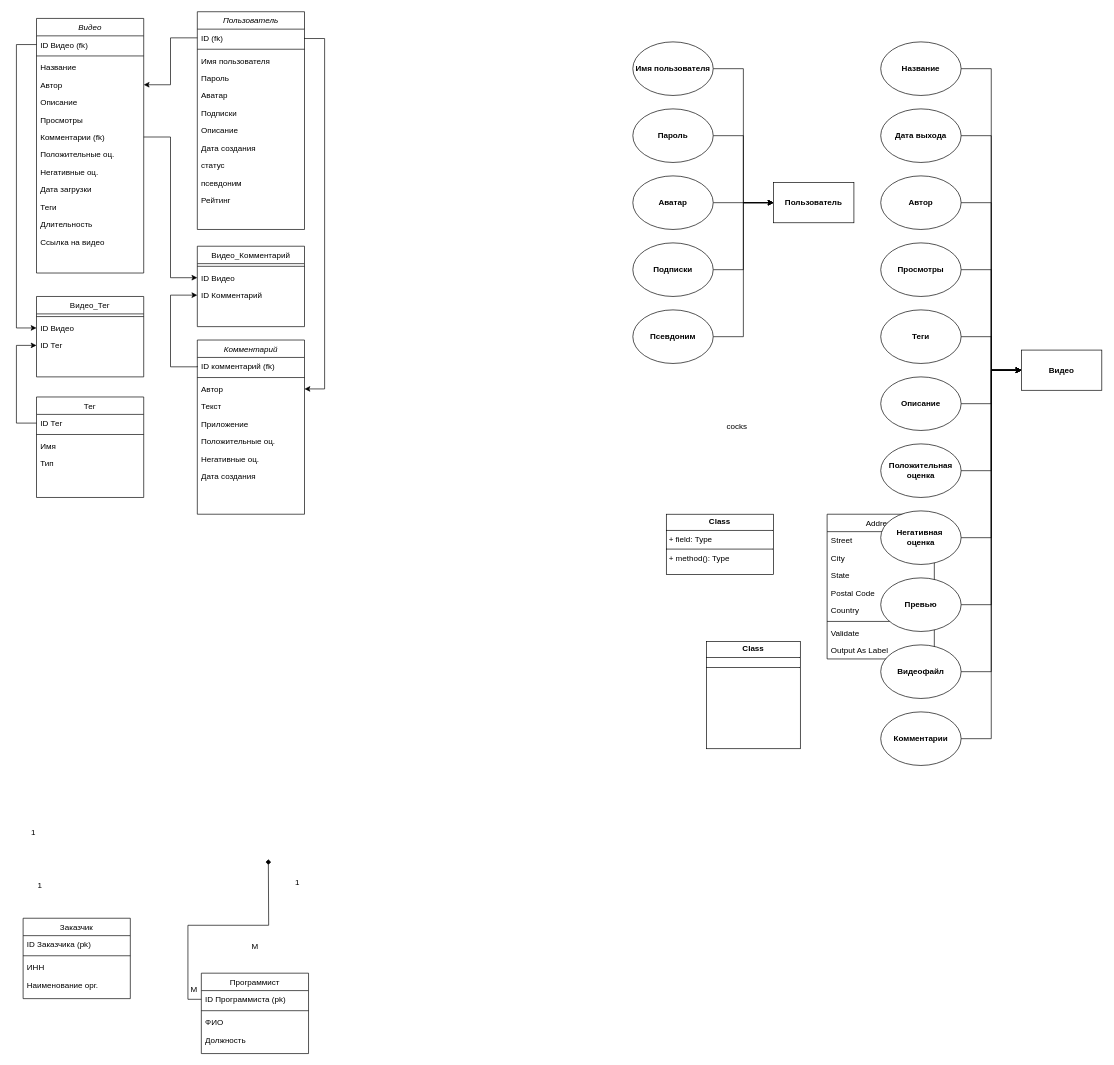
This is page "база данных" (7 of 10) of documentation/cursach 2nd diagrams EIMP YT202.drawio from Axemer/VideoHostingDev, a draw.io file, before an edit. Source tidied: cells renumbered, new cells numbered last; positions are measured from the earlier drawing's top-left corner, leaving out a move shared by most shapes. Both pictures are drawn from the tidied source at 67%, with x=0, y=0 at pixel (16, 11).
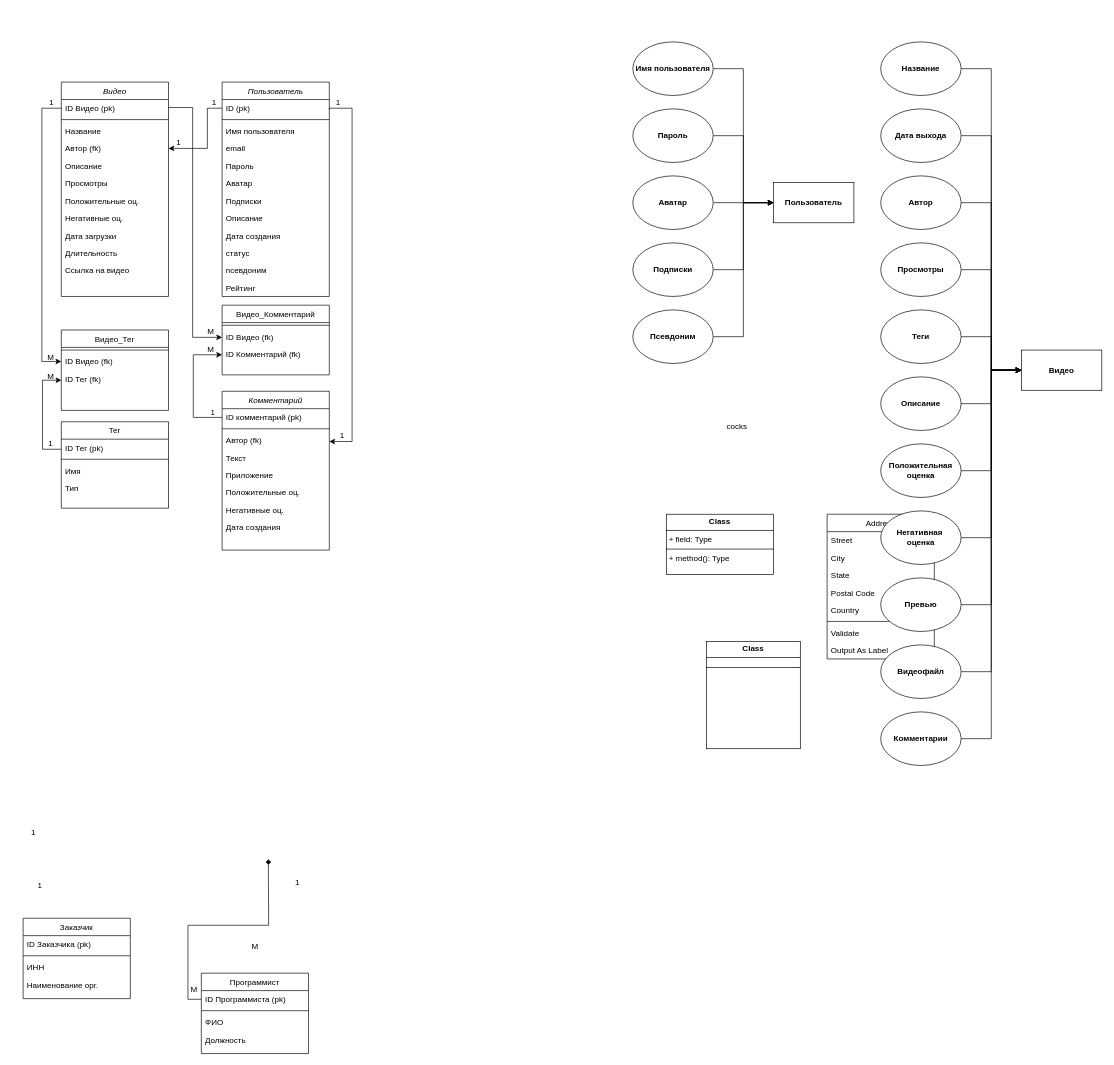
The same page after the edit.

Change to the diagram source:
```diff
@@
     <mxCell id="2" value="Пользователь" style="swimlane;fontStyle=2;align=center;verticalAlign=top;horizontal=1;startSize=26;rounded=0;shadow=0;strokeWidth=1;" parent="1" vertex="1">
-      <mxGeometry x="270" width="160" height="325" as="geometry" />
+      <mxGeometry x="307" y="105" width="160" height="320" as="geometry" />
     </mxCell>
-    <mxCell id="3" value="ID (fk)" style="text;align=left;verticalAlign=top;spacingLeft=4;spacingRight=4;overflow=hidden;points=[[0,0.5],[1,0.5]];portConstraint=eastwest;" parent="2" vertex="1">
+    <mxCell id="3" value="ID (pk)" style="text;align=left;verticalAlign=top;spacingLeft=4;spacingRight=4;overflow=hidden;points=[[0,0.5],[1,0.5]];portConstraint=eastwest;" parent="2" vertex="1">
       <mxGeometry y="26" width="160" height="26" as="geometry" />
     </mxCell>
@@
+    <mxCell id="118" value="email" style="text;align=left;verticalAlign=top;spacingLeft=4;spacingRight=4;overflow=hidden;rounded=0;shadow=0;html=0;" parent="2" vertex="1">
+      <mxGeometry y="86" width="160" height="26" as="geometry" />
+    </mxCell>
     <mxCell id="6" value="Пароль" style="text;align=left;verticalAlign=top;spacingLeft=4;spacingRight=4;overflow=hidden;" parent="2" vertex="1">
-      <mxGeometry y="86" width="160" height="26" as="geometry" />
+      <mxGeometry y="112" width="160" height="26" as="geometry" />
     </mxCell>
     <mxCell id="7" value="Аватар" style="text;align=left;verticalAlign=top;spacingLeft=4;spacingRight=4;overflow=hidden;" parent="2" vertex="1">
-      <mxGeometry y="112" width="160" height="26" as="geometry" />
+      <mxGeometry y="138" width="160" height="26" as="geometry" />
     </mxCell>
     <mxCell id="8" value="Подписки" style="text;align=left;verticalAlign=top;spacingLeft=4;spacingRight=4;overflow=hidden;" parent="2" vertex="1">
-      <mxGeometry y="138" width="160" height="26" as="geometry" />
+      <mxGeometry y="164" width="160" height="26" as="geometry" />
     </mxCell>
     <mxCell id="9" value="Описание" style="text;align=left;verticalAlign=top;spacingLeft=4;spacingRight=4;overflow=hidden;" parent="2" vertex="1">
-      <mxGeometry y="164" width="160" height="26" as="geometry" />
+      <mxGeometry y="190" width="160" height="26" as="geometry" />
     </mxCell>
     <mxCell id="10" value="Дата создания" style="text;align=left;verticalAlign=top;spacingLeft=4;spacingRight=4;overflow=hidden;" parent="2" vertex="1">
-      <mxGeometry y="190" width="160" height="26" as="geometry" />
+      <mxGeometry y="216" width="160" height="26" as="geometry" />
     </mxCell>
     <mxCell id="11" value="статус" style="text;align=left;verticalAlign=top;spacingLeft=4;spacingRight=4;overflow=hidden;" parent="2" vertex="1">
-      <mxGeometry y="216" width="160" height="26" as="geometry" />
+      <mxGeometry y="242" width="160" height="26" as="geometry" />
     </mxCell>
     <mxCell id="12" value="псевдоним" style="text;align=left;verticalAlign=top;spacingLeft=4;spacingRight=4;overflow=hidden;" parent="2" vertex="1">
-      <mxGeometry y="242" width="160" height="26" as="geometry" />
+      <mxGeometry y="268" width="160" height="26" as="geometry" />
     </mxCell>
     <mxCell id="13" value="Рейтинг" style="text;align=left;verticalAlign=top;spacingLeft=4;spacingRight=4;overflow=hidden;" parent="2" vertex="1">
-      <mxGeometry y="268" width="160" height="26" as="geometry" />
+      <mxGeometry y="294" width="160" height="26" as="geometry" />
     </mxCell>
@@
     <mxCell id="74" value="Видео" style="swimlane;fontStyle=2;align=center;verticalAlign=top;horizontal=1;startSize=26;rounded=0;shadow=0;strokeWidth=1;" parent="1" vertex="1">
-      <mxGeometry x="30" y="10" width="160" height="380" as="geometry" />
+      <mxGeometry x="67" y="105" width="160" height="320" as="geometry" />
     </mxCell>
-    <mxCell id="75" value="ID Видео (fk)" style="text;align=left;verticalAlign=top;spacingLeft=4;spacingRight=4;overflow=hidden;points=[[0,0.5],[1,0.5]];portConstraint=eastwest;" parent="74" vertex="1">
+    <mxCell id="75" value="ID Видео (pk)" style="text;align=left;verticalAlign=top;spacingLeft=4;spacingRight=4;overflow=hidden;points=[[0,0.5],[1,0.5]];portConstraint=eastwest;" parent="74" vertex="1">
       <mxGeometry y="26" width="160" height="26" as="geometry" />
     </mxCell>
@@
-    <mxCell id="78" value="Автор" style="text;align=left;verticalAlign=top;spacingLeft=4;spacingRight=4;overflow=hidden;points=[[0,0.5],[1,0.5]];portConstraint=eastwest;" parent="74" vertex="1">
+    <mxCell id="78" value="Автор (fk)" style="text;align=left;verticalAlign=top;spacingLeft=4;spacingRight=4;overflow=hidden;points=[[0,0.5],[1,0.5]];portConstraint=eastwest;" parent="74" vertex="1">
       <mxGeometry y="86" width="160" height="26" as="geometry" />
     </mxCell>
@@
-    <mxCell id="81" value="Комментарии (fk)" style="text;align=left;verticalAlign=top;spacingLeft=4;spacingRight=4;overflow=hidden;points=[[0,0.5],[1,0.5]];portConstraint=eastwest;" parent="74" vertex="1">
-      <mxGeometry y="164" width="160" height="26" as="geometry" />
-    </mxCell>
     <mxCell id="82" value="Положительные оц." style="text;align=left;verticalAlign=top;spacingLeft=4;spacingRight=4;overflow=hidden;" parent="74" vertex="1">
-      <mxGeometry y="190" width="160" height="26" as="geometry" />
+      <mxGeometry y="164" width="160" height="26" as="geometry" />
     </mxCell>
     <mxCell id="83" value="Негативные оц." style="text;align=left;verticalAlign=top;spacingLeft=4;spacingRight=4;overflow=hidden;" parent="74" vertex="1">
-      <mxGeometry y="216" width="160" height="26" as="geometry" />
+      <mxGeometry y="190" width="160" height="26" as="geometry" />
     </mxCell>
     <mxCell id="84" value="Дата загрузки" style="text;align=left;verticalAlign=top;spacingLeft=4;spacingRight=4;overflow=hidden;" parent="74" vertex="1">
-      <mxGeometry y="242" width="160" height="26" as="geometry" />
+      <mxGeometry y="216" width="160" height="26" as="geometry" />
     </mxCell>
-    <mxCell id="85" value="Теги" style="text;align=left;verticalAlign=top;spacingLeft=4;spacingRight=4;overflow=hidden;" parent="74" vertex="1">
-      <mxGeometry y="268" width="160" height="26" as="geometry" />
-    </mxCell>
     <mxCell id="86" value="Длительность" style="text;align=left;verticalAlign=top;spacingLeft=4;spacingRight=4;overflow=hidden;" parent="74" vertex="1">
-      <mxGeometry y="294" width="160" height="26" as="geometry" />
+      <mxGeometry y="242" width="160" height="26" as="geometry" />
     </mxCell>
     <mxCell id="87" value="Ссылка на видео" style="text;align=left;verticalAlign=top;spacingLeft=4;spacingRight=4;overflow=hidden;" parent="74" vertex="1">
-      <mxGeometry y="320" width="160" height="26" as="geometry" />
+      <mxGeometry y="268" width="160" height="26" as="geometry" />
     </mxCell>
     <mxCell id="88" value="Комментарий" style="swimlane;fontStyle=2;align=center;verticalAlign=top;horizontal=1;startSize=26;rounded=0;shadow=0;strokeWidth=1;" parent="1" vertex="1">
-      <mxGeometry x="270" y="490" width="160" height="260" as="geometry" />
+      <mxGeometry x="307" y="566.5" width="160" height="237" as="geometry" />
     </mxCell>
-    <mxCell id="89" value="ID комментарий (fk)" style="text;align=left;verticalAlign=top;spacingLeft=4;spacingRight=4;overflow=hidden;points=[[0,0.5],[1,0.5]];portConstraint=eastwest;" parent="88" vertex="1">
+    <mxCell id="89" value="ID комментарий (pk)" style="text;align=left;verticalAlign=top;spacingLeft=4;spacingRight=4;overflow=hidden;points=[[0,0.5],[1,0.5]];portConstraint=eastwest;" parent="88" vertex="1">
       <mxGeometry y="26" width="160" height="26" as="geometry" />
     </mxCell>
@@
-    <mxCell id="91" value="Автор" style="text;align=left;verticalAlign=top;spacingLeft=4;spacingRight=4;overflow=hidden;points=[[0,0.5],[1,0.5]];portConstraint=eastwest;rounded=0;shadow=0;html=0;" parent="88" vertex="1">
+    <mxCell id="91" value="Автор (fk)" style="text;align=left;verticalAlign=top;spacingLeft=4;spacingRight=4;overflow=hidden;points=[[0,0.5],[1,0.5]];portConstraint=eastwest;rounded=0;shadow=0;html=0;" parent="88" vertex="1">
       <mxGeometry y="60" width="160" height="26" as="geometry" />
     </mxCell>
@@
     <mxCell id="97" value="Видео_Комментарий" style="swimlane;fontStyle=0;align=center;verticalAlign=top;horizontal=1;startSize=26;rounded=0;shadow=0;strokeWidth=1;" parent="1" vertex="1">
-      <mxGeometry x="270" y="350" width="160" height="120" as="geometry" />
+      <mxGeometry x="307" y="438" width="160" height="104" as="geometry" />
     </mxCell>
@@
-    <mxCell id="99" value="ID Видео" style="text;align=left;verticalAlign=top;spacingLeft=4;spacingRight=4;overflow=hidden;points=[[0,0.5],[1,0.5]];portConstraint=eastwest;rounded=0;shadow=0;html=0;" parent="97" vertex="1">
+    <mxCell id="99" value="ID Видео (fk)" style="text;align=left;verticalAlign=top;spacingLeft=4;spacingRight=4;overflow=hidden;points=[[0,0.5],[1,0.5]];portConstraint=eastwest;rounded=0;shadow=0;html=0;" parent="97" vertex="1">
       <mxGeometry y="34" width="160" height="26" as="geometry" />
     </mxCell>
-    <mxCell id="100" value="ID Комментарий" style="text;align=left;verticalAlign=top;spacingLeft=4;spacingRight=4;overflow=hidden;points=[[0,0.5],[1,0.5]];portConstraint=eastwest;rounded=0;shadow=0;html=0;" parent="97" vertex="1">
+    <mxCell id="100" value="ID Комментарий (fk)" style="text;align=left;verticalAlign=top;spacingLeft=4;spacingRight=4;overflow=hidden;points=[[0,0.5],[1,0.5]];portConstraint=eastwest;rounded=0;shadow=0;html=0;" parent="97" vertex="1">
       <mxGeometry y="60" width="160" height="26" as="geometry" />
     </mxCell>
@@
-    <mxCell id="102" style="edgeStyle=orthogonalEdgeStyle;rounded=0;jettySize=auto;html=1;exitX=1;exitY=0.5;exitDx=0;exitDy=0;" parent="1" edge="1" source="81" target="99">
-      <mxGeometry relative="1" as="geometry" />
+    <mxCell id="102" style="edgeStyle=orthogonalEdgeStyle;rounded=0;jettySize=auto;html=1;" parent="1" edge="1" source="75" target="99">
+      <mxGeometry relative="1" as="geometry">
+        <Array as="points">
+          <mxPoint x="263" y="143" />
+          <mxPoint x="263" y="486" />
+        </Array>
+      </mxGeometry>
     </mxCell>
     <mxCell id="103" style="edgeStyle=orthogonalEdgeStyle;rounded=0;jettySize=auto;html=1;exitX=0;exitY=0.5;exitDx=0;exitDy=0;" parent="1" edge="1" source="89" target="100">
       <mxGeometry relative="1" as="geometry">
         <Array as="points">
-          <mxPoint x="270" y="530" />
-          <mxPoint x="230" y="530" />
-          <mxPoint x="230" y="423" />
+          <mxPoint x="264" y="606" />
+          <mxPoint x="264" y="512" />
         </Array>
       </mxGeometry>
     </mxCell>
-    <mxCell id="104" style="edgeStyle=orthogonalEdgeStyle;rounded=0;jettySize=auto;html=1;exitX=1;exitY=0.5;exitDx=0;exitDy=0;entryX=1;entryY=0.5;entryDx=0;entryDy=0;" parent="1" edge="1" source="3" target="91">
-      <mxGeometry relative="1" as="geometry">
-        <Array as="points">
-          <mxPoint x="430" y="40" />
-          <mxPoint x="460" y="40" />
-          <mxPoint x="460" y="563" />
-        </Array>
-      </mxGeometry>
-    </mxCell>
@@
     <mxCell id="106" value="Тег" style="swimlane;fontStyle=0;align=center;verticalAlign=top;horizontal=1;startSize=26;rounded=0;shadow=0;strokeWidth=1;" parent="1" vertex="1">
-      <mxGeometry x="30" y="575" width="160" height="150" as="geometry" />
+      <mxGeometry x="67" y="612" width="160" height="129" as="geometry" />
     </mxCell>
-    <mxCell id="107" value="ID Тег" style="text;align=left;verticalAlign=top;spacingLeft=4;spacingRight=4;overflow=hidden;points=[[0,0.5],[1,0.5]];portConstraint=eastwest;" parent="106" vertex="1">
+    <mxCell id="107" value="ID Тег (pk)" style="text;align=left;verticalAlign=top;spacingLeft=4;spacingRight=4;overflow=hidden;points=[[0,0.5],[1,0.5]];portConstraint=eastwest;" parent="106" vertex="1">
       <mxGeometry y="26" width="160" height="26" as="geometry" />
     </mxCell>
@@
     <mxCell id="111" value="Видео_Тег" style="swimlane;fontStyle=0;align=center;verticalAlign=top;horizontal=1;startSize=26;rounded=0;shadow=0;strokeWidth=1;" parent="1" vertex="1">
-      <mxGeometry x="30" y="425" width="160" height="120" as="geometry" />
+      <mxGeometry x="67" y="475" width="160" height="120" as="geometry" />
     </mxCell>
@@
-    <mxCell id="113" value="ID Видео" style="text;align=left;verticalAlign=top;spacingLeft=4;spacingRight=4;overflow=hidden;points=[[0,0.5],[1,0.5]];portConstraint=eastwest;rounded=0;shadow=0;html=0;" parent="111" vertex="1">
+    <mxCell id="113" value="ID Видео (fk)" style="text;align=left;verticalAlign=top;spacingLeft=4;spacingRight=4;overflow=hidden;points=[[0,0.5],[1,0.5]];portConstraint=eastwest;rounded=0;shadow=0;html=0;" parent="111" vertex="1">
       <mxGeometry y="34" width="160" height="26" as="geometry" />
     </mxCell>
-    <mxCell id="114" value="ID Тег" style="text;align=left;verticalAlign=top;spacingLeft=4;spacingRight=4;overflow=hidden;points=[[0,0.5],[1,0.5]];portConstraint=eastwest;rounded=0;shadow=0;html=0;" parent="111" vertex="1">
+    <mxCell id="114" value="ID Тег (fk)" style="text;align=left;verticalAlign=top;spacingLeft=4;spacingRight=4;overflow=hidden;points=[[0,0.5],[1,0.5]];portConstraint=eastwest;rounded=0;shadow=0;html=0;" parent="111" vertex="1">
       <mxGeometry y="60" width="160" height="26" as="geometry" />
     </mxCell>
-    <mxCell id="115" style="edgeStyle=orthogonalEdgeStyle;rounded=0;jettySize=auto;html=1;exitX=0;exitY=0.5;exitDx=0;exitDy=0;entryX=0;entryY=0.5;entryDx=0;entryDy=0;" parent="1" edge="1" source="107" target="114">
+    <mxCell id="115" style="edgeStyle=orthogonalEdgeStyle;rounded=0;jettySize=auto;html=1;entryX=0.001;entryY=0.577;entryDx=0;entryDy=0;entryPerimeter=0;" parent="1" edge="1" target="114">
       <mxGeometry relative="1" as="geometry">
+        <mxPoint x="67" y="653" as="sourcePoint" />
         <Array as="points">
-          <mxPoint y="614" />
-          <mxPoint y="498" />
+          <mxPoint x="39" y="653" />
+          <mxPoint x="39" y="550" />
         </Array>
       </mxGeometry>
     </mxCell>
     <mxCell id="116" style="edgeStyle=orthogonalEdgeStyle;rounded=0;jettySize=auto;html=1;exitX=0;exitY=0.5;exitDx=0;exitDy=0;entryX=0;entryY=0.5;entryDx=0;entryDy=0;" parent="1" edge="1" source="75" target="113">
       <mxGeometry relative="1" as="geometry">
         <Array as="points">
-          <mxPoint y="49" />
-          <mxPoint y="472" />
+          <mxPoint x="38" y="144" />
+          <mxPoint x="38" y="522" />
         </Array>
       </mxGeometry>
     </mxCell>
     <mxCell id="117" style="edgeStyle=orthogonalEdgeStyle;rounded=0;jettySize=auto;html=1;exitX=0;exitY=0.5;exitDx=0;exitDy=0;entryX=1;entryY=0.5;entryDx=0;entryDy=0;" parent="1" edge="1" source="3" target="78">
-      <mxGeometry relative="1" as="geometry" />
+      <mxGeometry relative="1" as="geometry">
+        <Array as="points">
+          <mxPoint x="285" y="144" />
+          <mxPoint x="285" y="204" />
+        </Array>
+      </mxGeometry>
     </mxCell>
+    <mxCell id="104" style="edgeStyle=orthogonalEdgeStyle;rounded=0;orthogonalLoop=1;jettySize=auto;html=1;exitX=1;exitY=0.5;exitDx=0;exitDy=0;entryX=1;entryY=0.5;entryDx=0;entryDy=0;" parent="1" edge="1">
+      <mxGeometry relative="1" as="geometry">
+        <mxPoint x="467" y="146" as="sourcePoint" />
+        <mxPoint x="467" y="641.5" as="targetPoint" />
+        <Array as="points">
+          <mxPoint x="467" y="144" />
+          <mxPoint x="501" y="144" />
+          <mxPoint x="501" y="641" />
+        </Array>
+      </mxGeometry>
+    </mxCell>
+    <mxCell id="119" value="M" style="text;html=1;align=center;verticalAlign=middle;strokeColor=none;fillColor=none;" parent="1" vertex="1">
+      <mxGeometry x="276" y="491" width="28" height="26" as="geometry" />
+    </mxCell>
+    <mxCell id="120" value="1" style="text;html=1;align=center;verticalAlign=middle;strokeColor=none;fillColor=none;" parent="1" vertex="1">
+      <mxGeometry x="229" y="182" width="25" height="26" as="geometry" />
+    </mxCell>
+    <mxCell id="121" value="1" style="text;html=1;align=center;verticalAlign=middle;strokeColor=none;fillColor=none;" parent="1" vertex="1">
+      <mxGeometry x="282" y="122" width="25" height="26" as="geometry" />
+    </mxCell>
+    <mxCell id="122" value="1" style="text;html=1;align=center;verticalAlign=middle;strokeColor=none;fillColor=none;" parent="1" vertex="1">
+      <mxGeometry x="467" y="122" width="25" height="26" as="geometry" />
+    </mxCell>
+    <mxCell id="123" value="1" style="text;html=1;align=center;verticalAlign=middle;strokeColor=none;fillColor=none;" parent="1" vertex="1">
+      <mxGeometry x="473" y="619" width="25" height="26" as="geometry" />
+    </mxCell>
+    <mxCell id="124" value="M" style="text;html=1;align=center;verticalAlign=middle;strokeColor=none;fillColor=none;" parent="1" vertex="1">
+      <mxGeometry x="276" y="465" width="28" height="26" as="geometry" />
+    </mxCell>
+    <mxCell id="125" value="1" style="text;html=1;align=center;verticalAlign=middle;strokeColor=none;fillColor=none;" parent="1" vertex="1">
+      <mxGeometry x="280" y="585" width="25" height="26" as="geometry" />
+    </mxCell>
+    <mxCell id="126" value="1" style="text;html=1;align=center;verticalAlign=middle;strokeColor=none;fillColor=none;" parent="1" vertex="1">
+      <mxGeometry x="38" y="632" width="25" height="26" as="geometry" />
+    </mxCell>
+    <mxCell id="127" value="M" style="text;html=1;align=center;verticalAlign=middle;strokeColor=none;fillColor=none;" parent="1" vertex="1">
+      <mxGeometry x="36.5" y="531" width="28" height="26" as="geometry" />
+    </mxCell>
+    <mxCell id="128" value="M" style="text;html=1;align=center;verticalAlign=middle;strokeColor=none;fillColor=none;" parent="1" vertex="1">
+      <mxGeometry x="36.5" y="503" width="28" height="26" as="geometry" />
+    </mxCell>
+    <mxCell id="129" value="1" style="text;html=1;align=center;verticalAlign=middle;strokeColor=none;fillColor=none;" parent="1" vertex="1">
+      <mxGeometry x="39.5" y="122" width="25" height="26" as="geometry" />
+    </mxCell>
```
